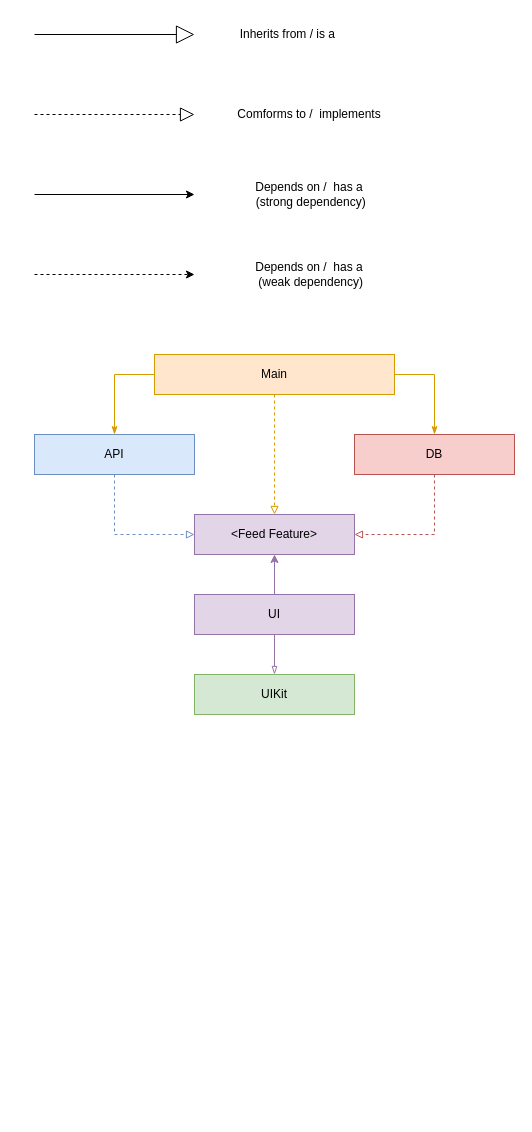
Above: MusicTracker.drawio in da-manifest/MusicTracker (draw.io), before the change. Source tidied: cells renumbered, new cells numbered last; positions are measured from the earlier drawing's top-left corner, leaving out a move shared by most shapes. Both pictures are drawn from the tidied source at 100%, with x=0, y=0 at pixel (34, 24).
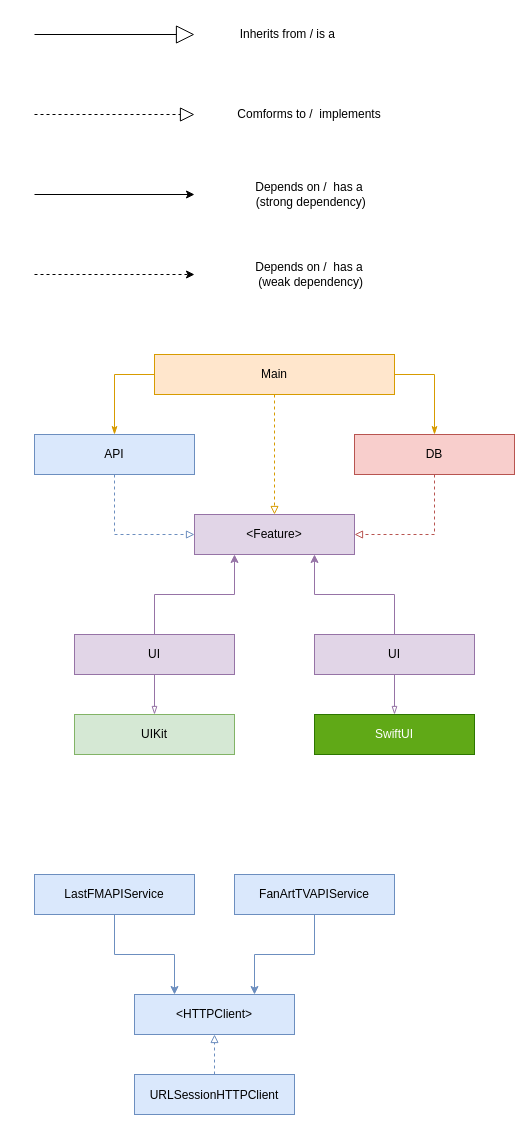
After the change.

Diff of the diagram source:
```diff
@@
-    <mxCell id="11" style="edgeStyle=orthogonalEdgeStyle;rounded=0;jettySize=auto;html=1;endArrow=classic;endFill=1;fillColor=#e1d5e7;strokeColor=#9673a6;" parent="1" edge="1" source="12" target="14">
+    <mxCell id="11" style="edgeStyle=orthogonalEdgeStyle;rounded=0;jettySize=auto;html=1;endArrow=classic;endFill=1;fillColor=#e1d5e7;strokeColor=#9673a6;entryX=0.25;entryY=1;entryDx=0;entryDy=0;" parent="1" edge="1" source="12" target="14">
       <mxGeometry relative="1" as="geometry" />
     </mxCell>
     <mxCell id="12" value="UI" style="rounded=0;whiteSpace=wrap;html=1;fillColor=#e1d5e7;strokeColor=#9673a6;" parent="1" vertex="1">
-      <mxGeometry x="160" y="570" width="160" height="40" as="geometry" />
+      <mxGeometry x="40" y="610" width="160" height="40" as="geometry" />
     </mxCell>
     <mxCell id="13" value="UIKit" style="rounded=0;whiteSpace=wrap;html=1;fillColor=#d5e8d4;strokeColor=#82b366;" parent="1" vertex="1">
-      <mxGeometry x="160" y="650" width="160" height="40" as="geometry" />
+      <mxGeometry x="40" y="690" width="160" height="40" as="geometry" />
     </mxCell>
-    <mxCell id="14" value="&amp;lt;Feed Feature&amp;gt;" style="rounded=0;whiteSpace=wrap;html=1;fillColor=#e1d5e7;strokeColor=#9673a6;" parent="1" vertex="1">
+    <mxCell id="14" value="&amp;lt;Feature&amp;gt;" style="rounded=0;whiteSpace=wrap;html=1;fillColor=#e1d5e7;strokeColor=#9673a6;" parent="1" vertex="1">
       <mxGeometry x="160" y="490" width="160" height="40" as="geometry" />
     </mxCell>
@@
+    <mxCell id="23" value="LastFMAPIService" style="rounded=0;whiteSpace=wrap;html=1;fillColor=#dae8fc;strokeColor=#6c8ebf;" parent="1" vertex="1">
+      <mxGeometry y="850" width="160" height="40" as="geometry" />
+    </mxCell>
+    <mxCell id="24" value="FanArtTVAPIService" style="rounded=0;whiteSpace=wrap;html=1;fillColor=#dae8fc;strokeColor=#6c8ebf;" parent="1" vertex="1">
+      <mxGeometry x="200" y="850" width="160" height="40" as="geometry" />
+    </mxCell>
+    <mxCell id="25" value="&amp;lt;HTTPClient&amp;gt;" style="rounded=0;whiteSpace=wrap;html=1;fillColor=#dae8fc;strokeColor=#6c8ebf;" parent="1" vertex="1">
+      <mxGeometry x="100" y="970" width="160" height="40" as="geometry" />
+    </mxCell>
+    <mxCell id="26" style="edgeStyle=orthogonalEdgeStyle;rounded=0;jettySize=auto;html=1;endArrow=block;endFill=0;dashed=1;fillColor=#dae8fc;strokeColor=#6c8ebf;" parent="1" edge="1" source="27" target="25">
+      <mxGeometry relative="1" as="geometry" />
+    </mxCell>
+    <mxCell id="27" value="&lt;p style=&quot;margin: 0px ; font-stretch: normal ; line-height: normal&quot;&gt;&lt;font style=&quot;font-size: 12px&quot;&gt;URLSessionHTTPClient&lt;/font&gt;&lt;/p&gt;" style="rounded=0;whiteSpace=wrap;html=1;fillColor=#dae8fc;strokeColor=#6c8ebf;" parent="1" vertex="1">
+      <mxGeometry x="100" y="1050" width="160" height="40" as="geometry" />
+    </mxCell>
+    <mxCell id="28" style="edgeStyle=orthogonalEdgeStyle;rounded=0;jettySize=auto;html=1;endArrow=blockThin;endFill=0;entryX=0.5;entryY=0;entryDx=0;entryDy=0;fillColor=#e1d5e7;strokeColor=#9673a6;" parent="1" edge="1" source="29" target="30">
+      <mxGeometry relative="1" as="geometry" />
+    </mxCell>
+    <mxCell id="29" value="UI" style="rounded=0;whiteSpace=wrap;html=1;fillColor=#e1d5e7;strokeColor=#9673a6;" parent="1" vertex="1">
+      <mxGeometry x="280" y="610" width="160" height="40" as="geometry" />
+    </mxCell>
+    <mxCell id="30" value="SwiftUI" style="rounded=0;whiteSpace=wrap;html=1;fillColor=#60a917;strokeColor=#2D7600;fontColor=#ffffff;" parent="1" vertex="1">
+      <mxGeometry x="280" y="690" width="160" height="40" as="geometry" />
+    </mxCell>
+    <mxCell id="31" style="edgeStyle=orthogonalEdgeStyle;rounded=0;jettySize=auto;html=1;endArrow=classic;endFill=1;fillColor=#e1d5e7;strokeColor=#9673a6;entryX=0.75;entryY=1;entryDx=0;entryDy=0;exitX=0.5;exitY=0;exitDx=0;exitDy=0;" parent="1" edge="1" source="29" target="14">
+      <mxGeometry relative="1" as="geometry" />
+    </mxCell>
+    <mxCell id="32" style="edgeStyle=orthogonalEdgeStyle;rounded=0;jettySize=auto;html=1;endArrow=classic;endFill=1;fillColor=#dae8fc;strokeColor=#6c8ebf;entryX=0.25;entryY=0;entryDx=0;entryDy=0;exitX=0.5;exitY=1;exitDx=0;exitDy=0;" parent="1" edge="1" source="23" target="25">
+      <mxGeometry relative="1" as="geometry" />
+    </mxCell>
+    <mxCell id="33" style="edgeStyle=orthogonalEdgeStyle;rounded=0;jettySize=auto;html=1;endArrow=classic;endFill=1;fillColor=#dae8fc;strokeColor=#6c8ebf;entryX=0.75;entryY=0;entryDx=0;entryDy=0;exitX=0.5;exitY=1;exitDx=0;exitDy=0;" parent="1" edge="1" source="24" target="25">
+      <mxGeometry relative="1" as="geometry" />
+    </mxCell>
```
